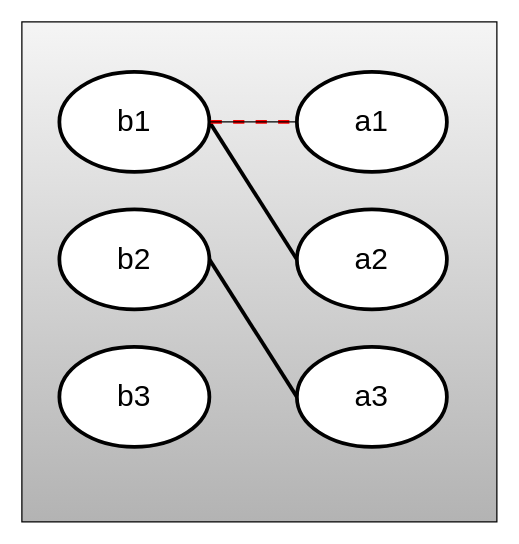
Above: doc/one-to-one.drawio in devel0/skeleton-netcore-ef-code-first (draw.io), before the change. Source tidied: cells renumbered, new cells numbered last; positions are measured from the earlier drawing's top-left corner, leaving out a move shared by most shapes. Both pictures are drawn from the tidied source at 125%, with x=0, y=0 at pixel (21, 21).
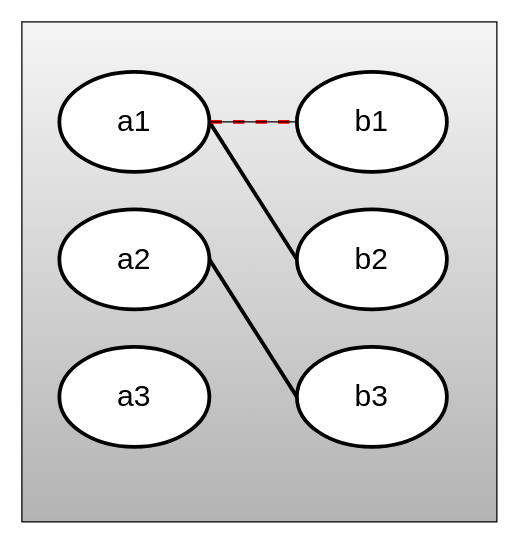
Above is the later version.

Diff of the diagram source:
```diff
@@
 <mxGraphModel>
   <root>
     <mxCell id="0" />
     <mxCell id="1" parent="0" />
     <mxCell id="2" style="rounded=0;whiteSpace=wrap;html=1;fillColor=#f5f5f5;gradientColor=#b3b3b3;strokeColor=#000000;" parent="1" vertex="1">
       <mxGeometry width="380" height="400" as="geometry" />
     </mxCell>
     <mxCell id="3" style="edgeStyle=none;html=1;exitX=0;exitY=0.5;exitDx=0;exitDy=0;entryX=1;entryY=0.5;entryDx=0;entryDy=0;strokeColor=#000000;fontSize=24;strokeWidth=3;endArrow=none;endFill=0;" parent="1" edge="1" source="4" target="7">
       <mxGeometry relative="1" as="geometry" />
     </mxCell>
-    <mxCell id="4" value="a2" style="ellipse;whiteSpace=wrap;html=1;strokeColor=#000000;fontSize=24;strokeWidth=3;" parent="1" vertex="1">
+    <mxCell id="4" value="b2" style="ellipse;whiteSpace=wrap;html=1;strokeColor=#000000;fontSize=24;strokeWidth=3;" parent="1" vertex="1">
       <mxGeometry x="220" y="150" width="120" height="80" as="geometry" />
     </mxCell>
     <mxCell id="5" style="edgeStyle=none;html=1;exitX=0;exitY=0.5;exitDx=0;exitDy=0;entryX=1;entryY=0.5;entryDx=0;entryDy=0;strokeColor=#000000;fontSize=24;strokeWidth=3;endArrow=none;endFill=0;" parent="1" edge="1" source="6" target="8">
       <mxGeometry relative="1" as="geometry" />
     </mxCell>
-    <mxCell id="6" value="a3" style="ellipse;whiteSpace=wrap;html=1;strokeColor=#000000;fontSize=24;strokeWidth=3;" parent="1" vertex="1">
+    <mxCell id="6" value="b3" style="ellipse;whiteSpace=wrap;html=1;strokeColor=#000000;fontSize=24;strokeWidth=3;" parent="1" vertex="1">
       <mxGeometry x="220" y="260" width="120" height="80" as="geometry" />
     </mxCell>
-    <mxCell id="7" value="b1" style="ellipse;whiteSpace=wrap;html=1;strokeColor=#000000;fontSize=24;strokeWidth=3;" parent="1" vertex="1">
+    <mxCell id="7" value="a1" style="ellipse;whiteSpace=wrap;html=1;strokeColor=#000000;fontSize=24;strokeWidth=3;" parent="1" vertex="1">
       <mxGeometry x="30" y="40" width="120" height="80" as="geometry" />
     </mxCell>
-    <mxCell id="8" value="b2" style="ellipse;whiteSpace=wrap;html=1;strokeColor=#000000;fontSize=24;strokeWidth=3;" parent="1" vertex="1">
+    <mxCell id="8" value="a2" style="ellipse;whiteSpace=wrap;html=1;strokeColor=#000000;fontSize=24;strokeWidth=3;" parent="1" vertex="1">
       <mxGeometry x="30" y="150" width="120" height="80" as="geometry" />
     </mxCell>
-    <mxCell id="9" value="b3" style="ellipse;whiteSpace=wrap;html=1;strokeColor=#000000;fontSize=24;strokeWidth=3;" parent="1" vertex="1">
+    <mxCell id="9" value="a3" style="ellipse;whiteSpace=wrap;html=1;strokeColor=#000000;fontSize=24;strokeWidth=3;" parent="1" vertex="1">
       <mxGeometry x="30" y="260" width="120" height="80" as="geometry" />
     </mxCell>
     <mxCell id="10" style="edgeStyle=none;html=1;exitX=1;exitY=0.5;exitDx=0;exitDy=0;dashed=1;strokeColor=#FF0000;fontSize=24;strokeWidth=3;endArrow=none;endFill=0;" parent="1" edge="1" source="12">
       <mxGeometry relative="1" as="geometry">
         <mxPoint x="150" y="80" as="targetPoint" />
       </mxGeometry>
     </mxCell>
     <mxCell id="11" style="edgeStyle=none;html=1;endArrow=none;endFill=0;" parent="1" edge="1" source="12" target="7">
       <mxGeometry relative="1" as="geometry" />
     </mxCell>
-    <mxCell id="12" value="a1" style="ellipse;whiteSpace=wrap;html=1;strokeColor=#000000;fontSize=24;strokeWidth=3;" parent="1" vertex="1">
+    <mxCell id="12" value="b1" style="ellipse;whiteSpace=wrap;html=1;strokeColor=#000000;fontSize=24;strokeWidth=3;" parent="1" vertex="1">
       <mxGeometry x="220" y="40" width="120" height="80" as="geometry" />
     </mxCell>
   </root>
 </mxGraphModel>
```
